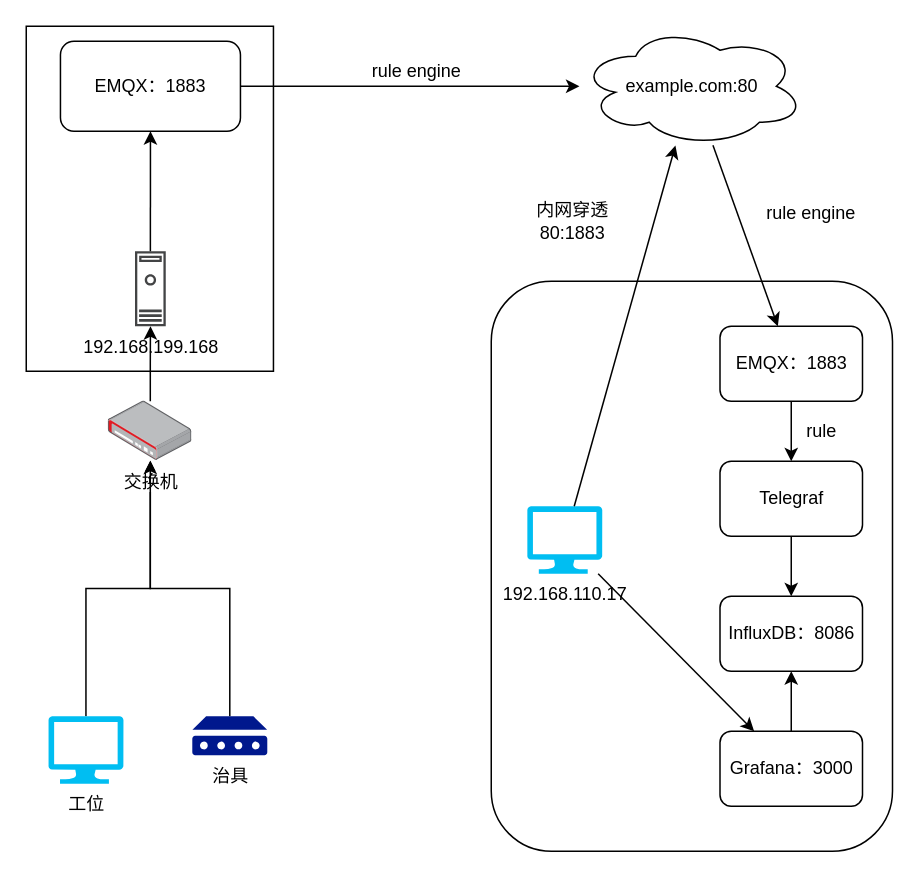
Earlier version of the draw.io diagram technical/数据监控.drawio (Grapeskin/python-learn). Source tidied: cells renumbered, new cells numbered last; positions are measured from the earlier drawing's top-left corner, leaving out a move shared by most shapes. Both pictures are drawn from the tidied source at 150%, with x=0, y=0 at pixel (26, 26).
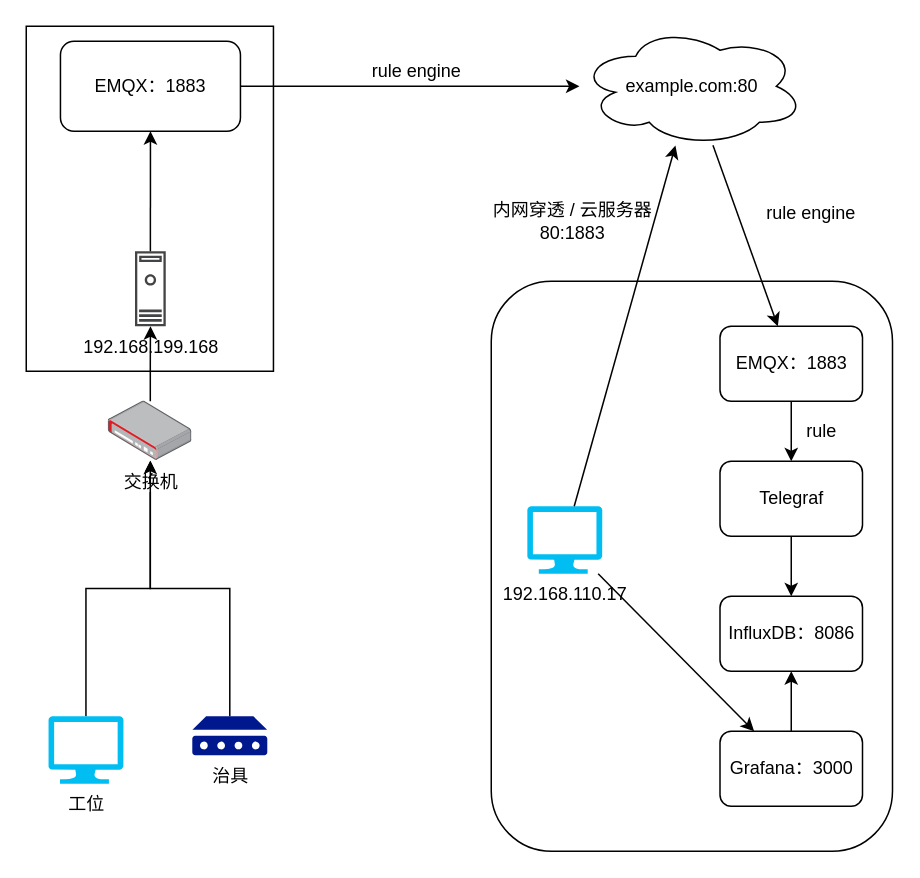
After the change.

What changed in the source:
```diff
@@
-    <mxCell id="19" value="内网穿透&lt;br&gt;80:1883" style="text;html=1;align=center;verticalAlign=middle;" parent="1" vertex="1">
-      <mxGeometry x="334" y="115" width="60" height="30" as="geometry" />
+    <mxCell id="19" value="内网穿透 / 云服务器&lt;br&gt;80:1883" style="text;html=1;align=center;verticalAlign=middle;" parent="1" vertex="1">
+      <mxGeometry x="304" y="115" width="120" height="30" as="geometry" />
     </mxCell>
```
